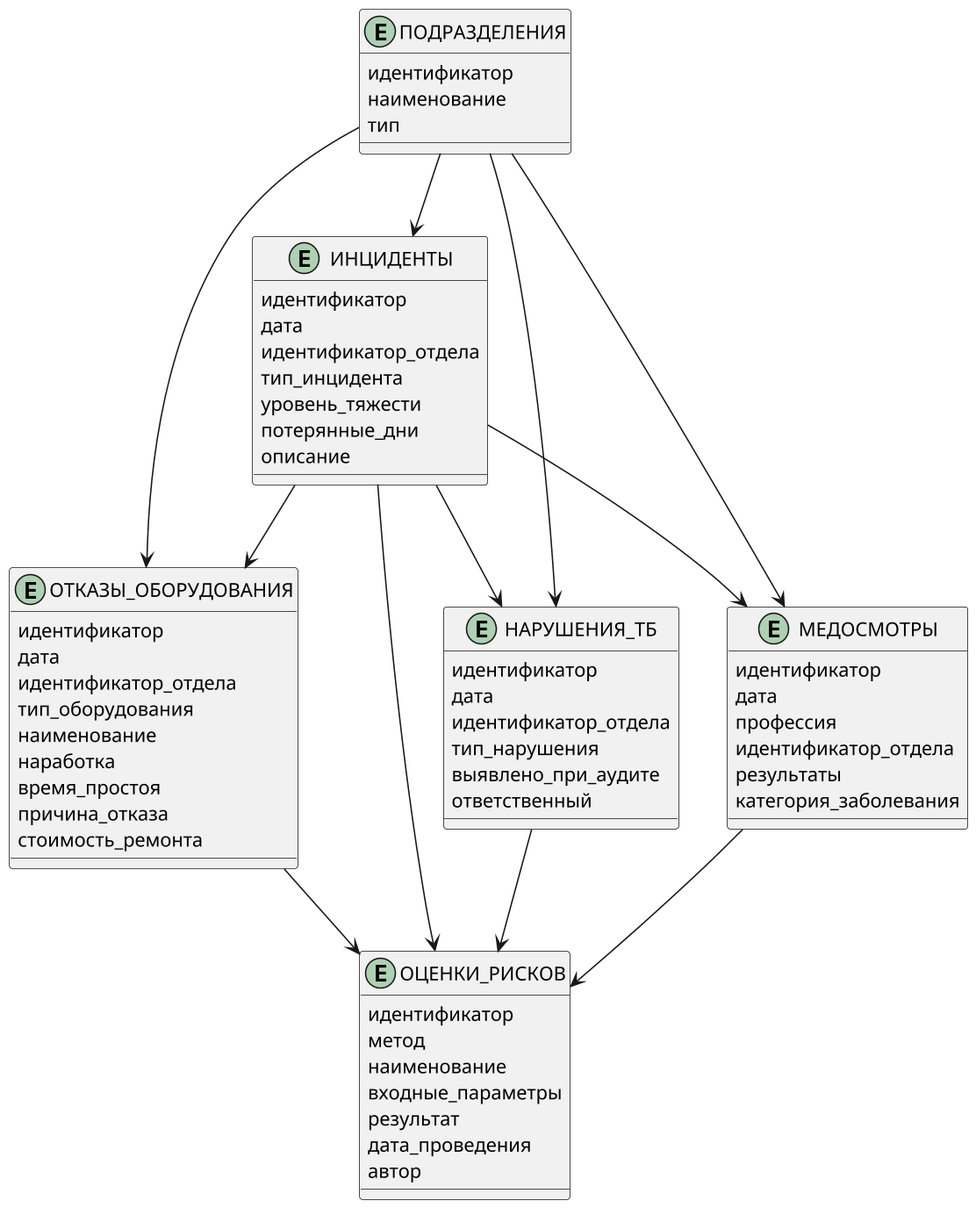
This is docs/diagrams/logical_model.png from Ah3ron/diplom4, a PlantUML export, as it was before one commit. The source it was exported from:
```plantuml
@startuml
skinparam dpi 150
skinparam shadowing false

entity "ПОДРАЗДЕЛЕНИЯ" as dept {
  идентификатор
  наименование
  тип
}

entity "ИНЦИДЕНТЫ" as inc {
  идентификатор
  дата
  идентификатор_отдела
  тип_инцидента
  уровень_тяжести
  потерянные_дни
  описание
}

entity "ОТКАЗЫ_ОБОРУДОВАНИЯ" as fail {
  идентификатор
  дата
  идентификатор_отдела
  тип_оборудования
  наименование
  наработка
  время_простоя
  причина_отказа
  стоимость_ремонта
}

entity "НАРУШЕНИЯ_ТБ" as viol {
  идентификатор
  дата
  идентификатор_отдела
  тип_нарушения
  выявлено_при_аудите
  ответственный
}

entity "МЕДОСМОТРЫ" as med {
  идентификатор
  дата
  профессия
  идентификатор_отдела
  результаты
  категория_заболевания
}

entity "ОЦЕНКИ_РИСКОВ" as risk {
  идентификатор
  метод
  наименование
  входные_параметры
  результат
  дата_проведения
  автор
}

dept --> inc
dept --> fail
dept --> viol
dept --> med

inc --> fail
inc --> viol
inc --> med

inc --> risk
fail --> risk
viol --> risk
med --> risk
@enduml
```
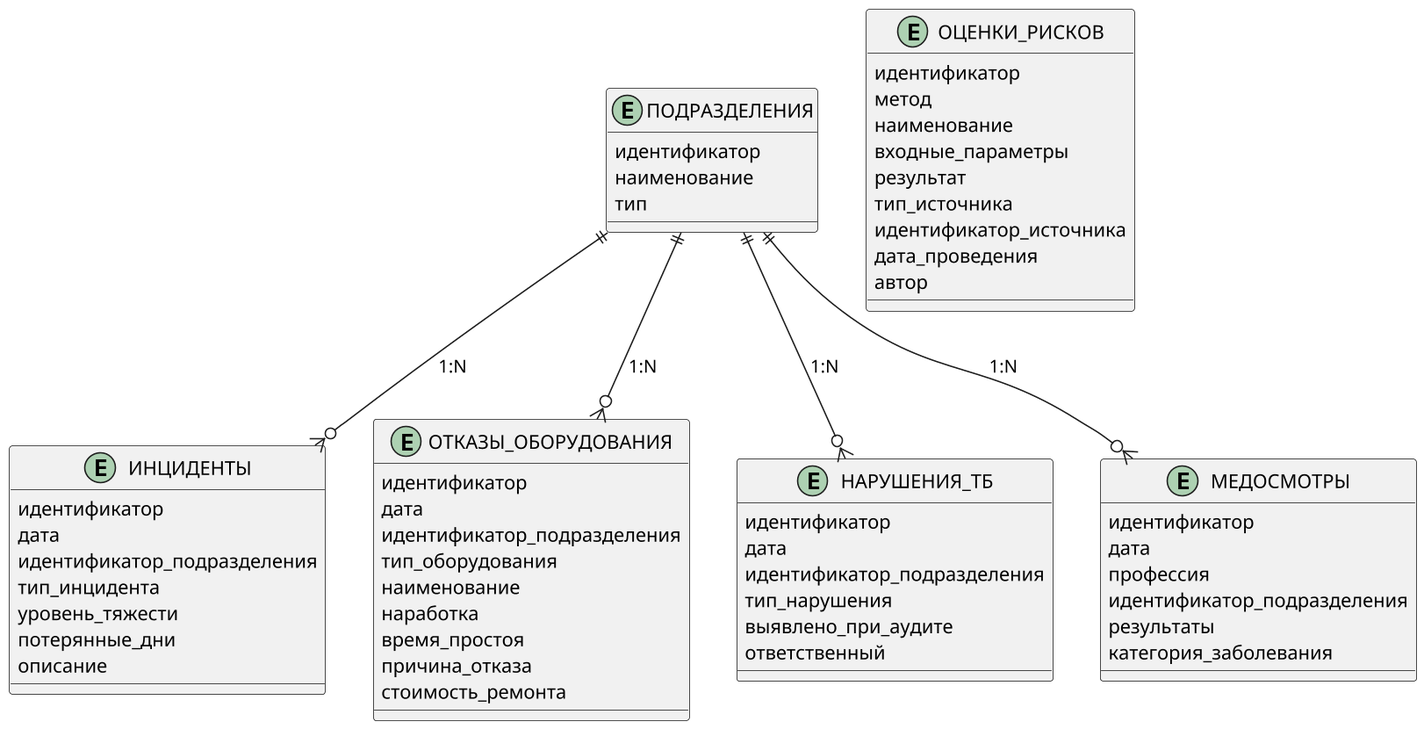
The same diagram one commit later.

What changed in the source:
```diff
@@ -11,7 +11,7 @@
 entity "ИНЦИДЕНТЫ" as inc {
   идентификатор
   дата
-  идентификатор_отдела
+  идентификатор_подразделения
   тип_инцидента
   уровень_тяжести
   потерянные_дни
@@ -21,7 +21,7 @@
 entity "ОТКАЗЫ_ОБОРУДОВАНИЯ" as fail {
   идентификатор
   дата
-  идентификатор_отдела
+  идентификатор_подразделения
   тип_оборудования
   наименование
   наработка
@@ -33,7 +33,7 @@
 entity "НАРУШЕНИЯ_ТБ" as viol {
   идентификатор
   дата
-  идентификатор_отдела
+  идентификатор_подразделения
   тип_нарушения
   выявлено_при_аудите
   ответственный
@@ -43,7 +43,7 @@
   идентификатор
   дата
   профессия
-  идентификатор_отдела
+  идентификатор_подразделения
   результаты
   категория_заболевания
 }
@@ -54,21 +54,14 @@
   наименование
   входные_параметры
   результат
+  тип_источника
+  идентификатор_источника
   дата_проведения
   автор
 }
 
-dept --> inc
-dept --> fail
-dept --> viol
-dept --> med
-
-inc --> fail
-inc --> viol
-inc --> med
-
-inc --> risk
-fail --> risk
-viol --> risk
-med --> risk
+dept ||--o{ inc : "1:N"
+dept ||--o{ fail : "1:N"
+dept ||--o{ viol : "1:N"
+dept ||--o{ med : "1:N"
 @enduml
```
